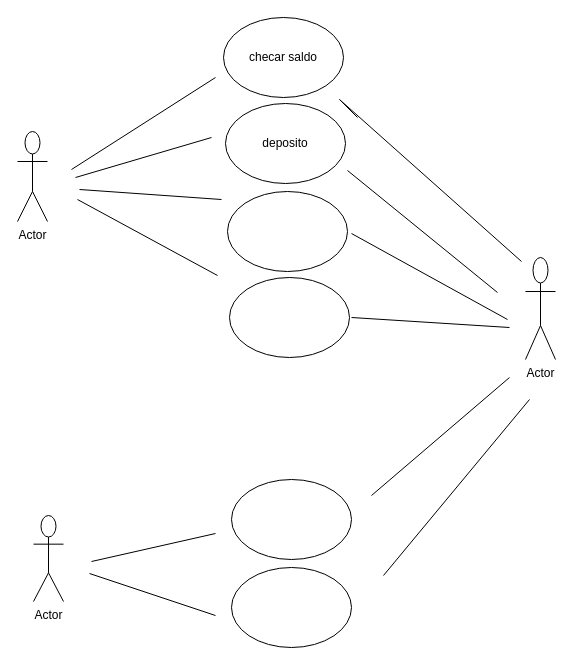
Before: page "Página-2" (2 of 2) of Diagrama sem nome.drawio in Jenny4233/diagramaderequisito, a draw.io diagram. Source tidied: cells renumbered, new cells numbered last; positions are measured from the earlier drawing's top-left corner, leaving out a move shared by most shapes. Both pictures are drawn from the tidied source at 100%, with x=0, y=0 at pixel (17, 17).
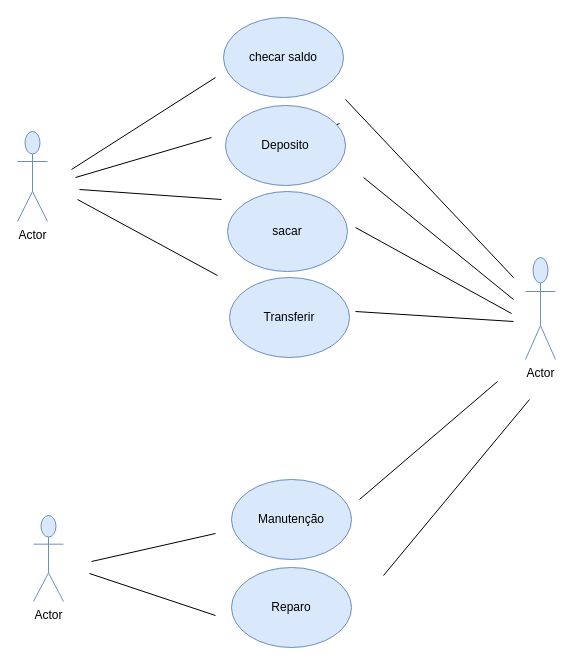
The same page after the edit.

Commit message:
teste concluidp

What changed in the source:
```diff
@@
-    <mxCell id="2" style="ellipse;whiteSpace=wrap;html=1;" parent="1" vertex="1">
+    <mxCell id="2" value="Manutenção" style="ellipse;whiteSpace=wrap;html=1;fillColor=#dae8fc;strokeColor=#6c8ebf;" parent="1" vertex="1">
       <mxGeometry x="214" y="462" width="120" height="80" as="geometry" />
     </mxCell>
-    <mxCell id="3" style="ellipse;whiteSpace=wrap;html=1;" parent="1" vertex="1">
+    <mxCell id="3" value="Reparo" style="ellipse;whiteSpace=wrap;html=1;fillColor=#dae8fc;strokeColor=#6c8ebf;" parent="1" vertex="1">
       <mxGeometry x="214" y="550" width="120" height="80" as="geometry" />
     </mxCell>
-    <mxCell id="4" value="checar saldo" style="ellipse;whiteSpace=wrap;html=1;" parent="1" vertex="1">
+    <mxCell id="4" value="checar saldo" style="ellipse;whiteSpace=wrap;html=1;fillColor=#dae8fc;strokeColor=#6c8ebf;" parent="1" vertex="1">
       <mxGeometry x="206" width="120" height="80" as="geometry" />
     </mxCell>
-    <mxCell id="5" style="ellipse;whiteSpace=wrap;html=1;" parent="1" vertex="1">
+    <mxCell id="5" value="sacar" style="ellipse;whiteSpace=wrap;html=1;fillColor=#dae8fc;strokeColor=#6c8ebf;" parent="1" vertex="1">
       <mxGeometry x="210" y="174" width="120" height="80" as="geometry" />
     </mxCell>
-    <mxCell id="6" value="deposito" style="ellipse;whiteSpace=wrap;html=1;" parent="1" vertex="1">
-      <mxGeometry x="208" y="86" width="120" height="80" as="geometry" />
-    </mxCell>
-    <mxCell id="7" style="ellipse;whiteSpace=wrap;html=1;" parent="1" vertex="1">
+    <mxCell id="7" value="Transferir" style="ellipse;whiteSpace=wrap;html=1;fillColor=#dae8fc;strokeColor=#6c8ebf;" parent="1" vertex="1">
       <mxGeometry x="212" y="260" width="120" height="80" as="geometry" />
     </mxCell>
-    <mxCell id="8" value="Actor" style="shape=umlActor;verticalLabelPosition=bottom;verticalAlign=top;html=1;" parent="1" vertex="1">
+    <mxCell id="8" value="Actor" style="shape=umlActor;verticalLabelPosition=bottom;verticalAlign=top;html=1;fillColor=#dae8fc;strokeColor=#6c8ebf;" parent="1" vertex="1">
       <mxGeometry x="16" y="498" width="30" height="86" as="geometry" />
     </mxCell>
-    <mxCell id="9" value="Actor" style="shape=umlActor;verticalLabelPosition=bottom;verticalAlign=top;html=1;" parent="1" vertex="1">
+    <mxCell id="9" value="Actor" style="shape=umlActor;verticalLabelPosition=bottom;verticalAlign=top;html=1;fillColor=#dae8fc;strokeColor=#6c8ebf;" parent="1" vertex="1">
       <mxGeometry x="508" y="240" width="30" height="102" as="geometry" />
     </mxCell>
-    <mxCell id="10" value="Actor" style="shape=umlActor;verticalLabelPosition=bottom;verticalAlign=top;html=1;" parent="1" vertex="1">
+    <mxCell id="10" value="Actor" style="shape=umlActor;verticalLabelPosition=bottom;verticalAlign=top;html=1;fillColor=#dae8fc;strokeColor=#6c8ebf;" parent="1" vertex="1">
       <mxGeometry y="114" width="30" height="90" as="geometry" />
     </mxCell>
@@
-    <mxCell id="17" style="endArrow=none;html=1;rounded=0;" parent="1" edge="1">
-      <mxGeometry relative="1" as="geometry">
-        <mxPoint x="340" y="100" as="sourcePoint" />
-        <mxPoint x="504" y="244" as="targetPoint" />
-        <Array as="points">
-          <mxPoint x="322" y="82" />
-        </Array>
-      </mxGeometry>
-    </mxCell>
     <mxCell id="18" style="endArrow=none;html=1;rounded=0;" parent="1" edge="1">
       <mxGeometry relative="1" as="geometry">
-        <mxPoint x="330" y="153" as="sourcePoint" />
-        <mxPoint x="480" y="275" as="targetPoint" />
+        <mxPoint x="346" y="160" as="sourcePoint" />
+        <mxPoint x="496" y="282" as="targetPoint" />
       </mxGeometry>
     </mxCell>
     <mxCell id="19" style="endArrow=none;html=1;rounded=0;" parent="1" edge="1">
       <mxGeometry relative="1" as="geometry">
-        <mxPoint x="334" y="216" as="sourcePoint" />
-        <mxPoint x="490" y="302" as="targetPoint" />
+        <mxPoint x="338" y="210" as="sourcePoint" />
+        <mxPoint x="494" y="296" as="targetPoint" />
       </mxGeometry>
     </mxCell>
     <mxCell id="20" style="endArrow=none;html=1;rounded=0;" parent="1" edge="1">
       <mxGeometry relative="1" as="geometry">
-        <mxPoint x="334" y="300" as="sourcePoint" />
-        <mxPoint x="492" y="310" as="targetPoint" />
+        <mxPoint x="338" y="294" as="sourcePoint" />
+        <mxPoint x="496" y="304" as="targetPoint" />
       </mxGeometry>
     </mxCell>
     <mxCell id="21" style="endArrow=none;html=1;rounded=0;" parent="1" edge="1">
       <mxGeometry relative="1" as="geometry">
-        <mxPoint x="354" y="478" as="sourcePoint" />
-        <mxPoint x="492" y="360" as="targetPoint" />
+        <mxPoint x="342" y="482" as="sourcePoint" />
+        <mxPoint x="480" y="364" as="targetPoint" />
         <Array as="points">
-          <mxPoint x="354" y="478" />
+          <mxPoint x="342" y="482" />
         </Array>
       </mxGeometry>
     </mxCell>
@@
+    <mxCell id="23" style="endArrow=none;html=1;rounded=0;" parent="1" edge="1" target="6">
+      <mxGeometry relative="1" as="geometry">
+        <mxPoint x="322" y="106" as="sourcePoint" />
+      </mxGeometry>
+    </mxCell>
+    <mxCell id="6" value="Deposito" style="ellipse;whiteSpace=wrap;html=1;fillColor=#dae8fc;strokeColor=#6c8ebf;" parent="1" vertex="1">
+      <mxGeometry x="208" y="88" width="120" height="80" as="geometry" />
+    </mxCell>
+    <mxCell id="24" style="endArrow=none;html=1;rounded=0;" parent="1" edge="1">
+      <mxGeometry relative="1" as="geometry">
+        <mxPoint x="328" y="82" as="sourcePoint" />
+        <mxPoint x="496" y="260" as="targetPoint" />
+      </mxGeometry>
+    </mxCell>
```
